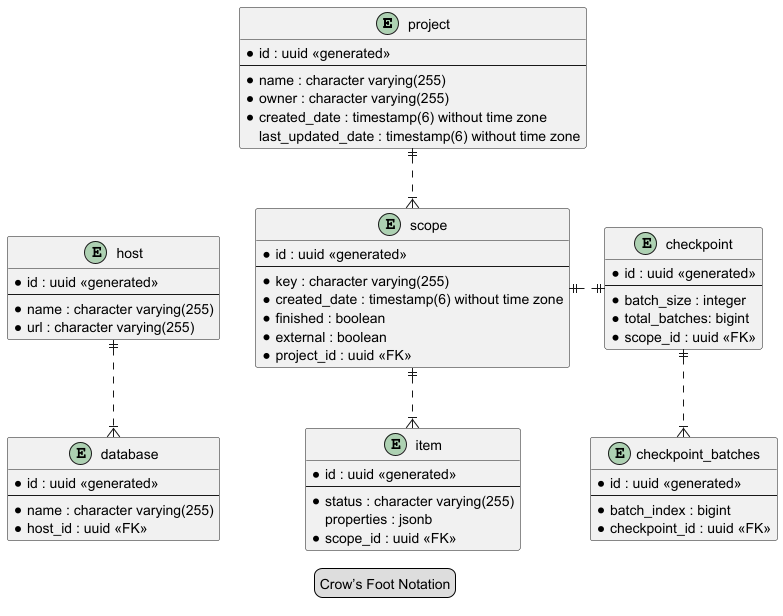
Earlier version of the PlantUML export data-migration-documentation/src/main/images/databaseModel.png (TuncerCatalkaya/data-migration). Source of this version:
```plantuml
@startuml
legend Crow’s Foot Notation

entity project {
    * id : uuid <<generated>>
    --
    * name : character varying(255)
    * owner : character varying(255)
    * created_date : timestamp(6) without time zone
    last_updated_date : timestamp(6) without time zone
}

entity scope {
    * id : uuid <<generated>>
    --
    * key : character varying(255)
    * created_date : timestamp(6) without time zone
    * finished : boolean
    * external : boolean
    * project_id : uuid <<FK>>
}

entity item {
    * id : uuid <<generated>>
    --
    * status : character varying(255)
    properties : jsonb
    * scope_id : uuid <<FK>>
}

entity checkpoint {
    * id : uuid <<generated>>
    --
    * batch_size : integer
    * total_batches: bigint
    * scope_id : uuid <<FK>>
}

entity checkpoint_batches {
    * id : uuid <<generated>>
    --
    * batch_index : bigint
    * checkpoint_id : uuid <<FK>>
}

entity host {
    * id : uuid <<generated>>
    --
    * name : character varying(255)
    * url : character varying(255)
}

entity database {
    * id : uuid <<generated>>
    --
    * name : character varying(255)
    * host_id : uuid <<FK>>
}

project ||..|{ scope
scope ||..|{ item

scope ||.|| checkpoint

checkpoint ||..|{ checkpoint_batches

host ||..|{ database

host -[hidden]> scope

@enduml
```
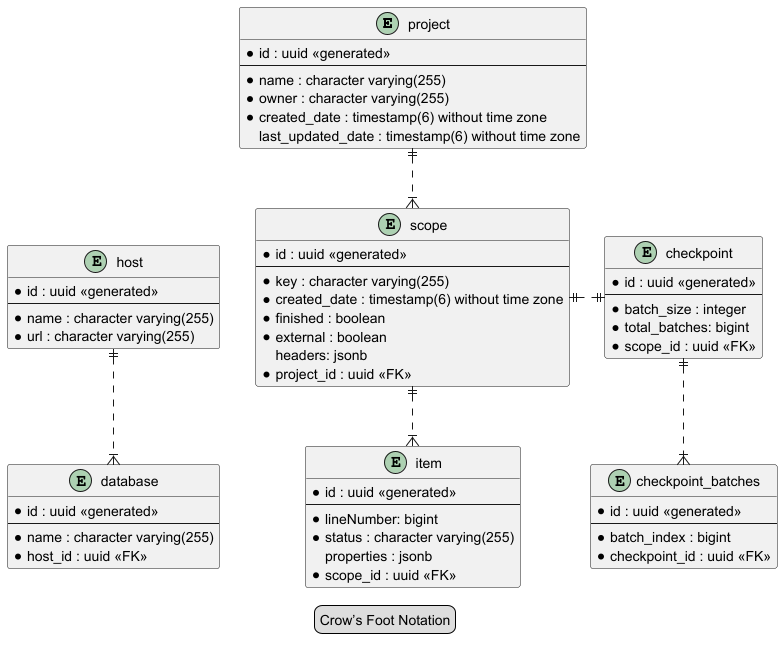
The same diagram one commit later.

Diff of the diagram source:
```diff
@@ -17,12 +17,14 @@
     * created_date : timestamp(6) without time zone
     * finished : boolean
     * external : boolean
+    headers: jsonb
     * project_id : uuid <<FK>>
 }
 
 entity item {
     * id : uuid <<generated>>
     --
+    * lineNumber: bigint
     * status : character varying(255)
     properties : jsonb
     * scope_id : uuid <<FK>>
```
